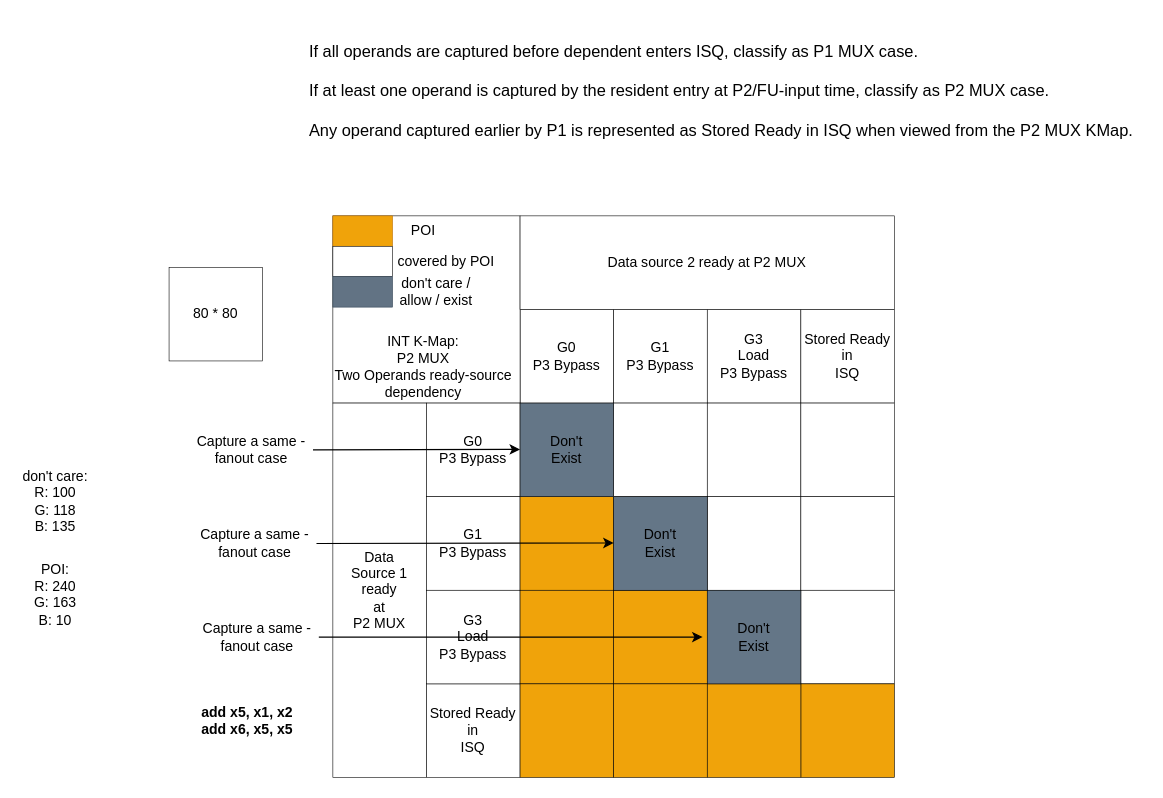
RIOSLaboratory/OpenRio keeps this draw.io diagram as verification/orbe_bt_env/perf_eval/timing/k-maps/INT_P2MUX_two_operands_dependency_KMap_v2.drawio. Above is the earlier version. Source tidied: cells renumbered, new cells numbered last; positions are measured from the earlier drawing's top-left corner, leaving out a move shared by most shapes. Both pictures are drawn from the tidied source at 117%, with x=0, y=0 at pixel (20, 20).
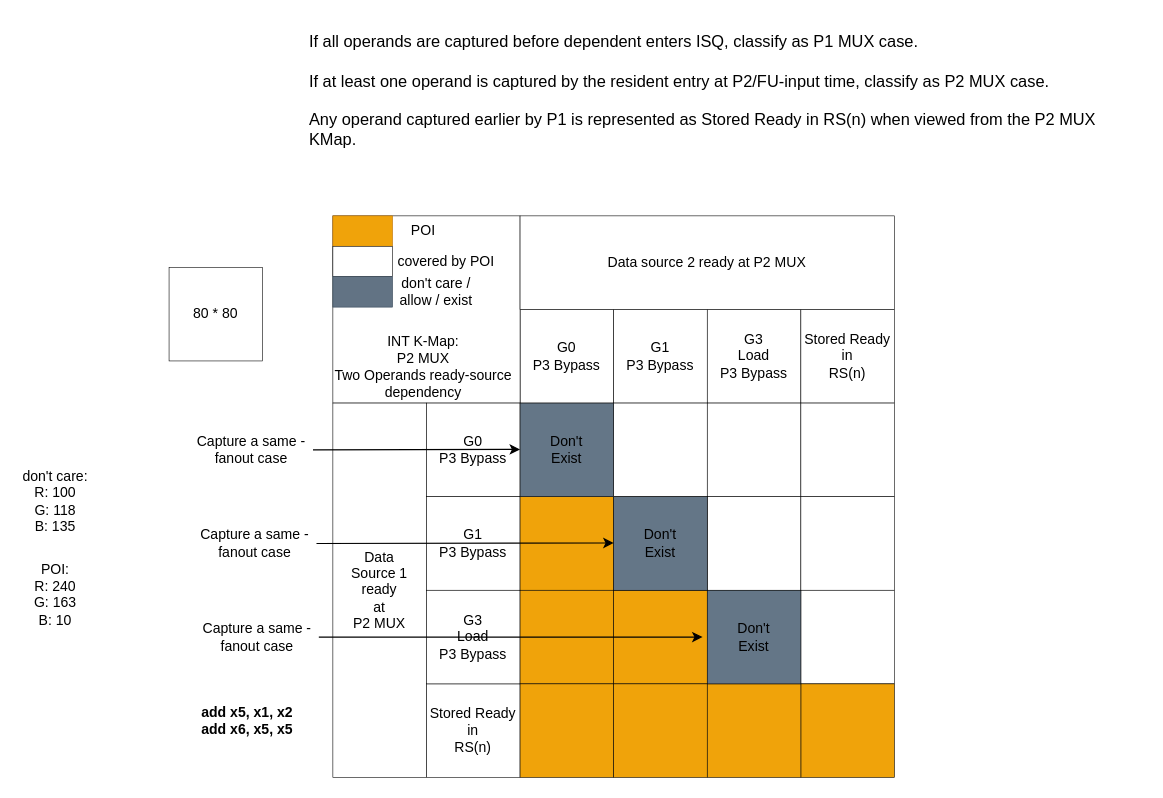
Above is the later version.

Commit message (it also covers changes not shown here):
Rename the stored-ready source shape to a cycle position

The edit, as a diff of the source:
```diff
@@
-    <mxCell id="5" value="Stored Ready&lt;br&gt;in&lt;br&gt;ISQ" style="whiteSpace=wrap;html=1;strokeWidth=0.5;" parent="1" vertex="1">
+    <mxCell id="5" value="Stored Ready&lt;br&gt;in&lt;br&gt;RS(n)" style="whiteSpace=wrap;html=1;strokeWidth=0.5;" parent="1" vertex="1">
       <mxGeometry x="667" y="247" width="80" height="80" as="geometry" />
     </mxCell>
@@
-    <mxCell id="10" value="Stored Ready&lt;br&gt;in&lt;br&gt;ISQ" style="whiteSpace=wrap;html=1;strokeWidth=0.5;" parent="1" vertex="1">
+    <mxCell id="10" value="Stored Ready&lt;br&gt;in&lt;br&gt;RS(n)" style="whiteSpace=wrap;html=1;strokeWidth=0.5;" parent="1" vertex="1">
       <mxGeometry x="347" y="567" width="80" height="80" as="geometry" />
     </mxCell>
@@
-    <mxCell id="39" value="&lt;div style=&quot;&quot;&gt;&lt;font style=&quot;font-size: 14px;&quot;&gt;If all operands are captured before dependent enters ISQ,&amp;nbsp;&lt;span style=&quot;background-color: transparent; color: light-dark(rgb(0, 0, 0), rgb(255, 255, 255));&quot;&gt;classify as P1 MUX case.&lt;/span&gt;&lt;/font&gt;&lt;/div&gt;&lt;div&gt;&lt;font style=&quot;font-size: 14px;&quot;&gt;&lt;br&gt;&lt;/font&gt;&lt;/div&gt;&lt;div&gt;&lt;font style=&quot;font-size: 14px;&quot;&gt;If at least one operand is captured by the resident entry at P2/FU-input time,&amp;nbsp;&lt;span style=&quot;background-color: transparent; color: light-dark(rgb(0, 0, 0), rgb(255, 255, 255));&quot;&gt;classify as P2 MUX case.&lt;/span&gt;&lt;/font&gt;&lt;/div&gt;&lt;div&gt;&lt;font style=&quot;font-size: 14px;&quot;&gt;&lt;br&gt;&lt;/font&gt;&lt;/div&gt;&lt;div&gt;&lt;font style=&quot;font-size: 14px;&quot;&gt;Any operand captured earlier by P1 is represented as Stored Ready in ISQ&amp;nbsp;&lt;span style=&quot;background-color: transparent; color: light-dark(rgb(0, 0, 0), rgb(255, 255, 255));&quot;&gt;when viewed from the P2 MUX KMap.&lt;/span&gt;&lt;/font&gt;&lt;/div&gt;" style="text;html=1;whiteSpace=wrap;strokeColor=none;fillColor=none;align=left;verticalAlign=middle;rounded=0;" parent="1" vertex="1">
+    <mxCell id="39" value="&lt;div style=&quot;&quot;&gt;&lt;font style=&quot;font-size: 14px;&quot;&gt;If all operands are captured before dependent enters ISQ,&amp;nbsp;&lt;span style=&quot;background-color: transparent; color: light-dark(rgb(0, 0, 0), rgb(255, 255, 255));&quot;&gt;classify as P1 MUX case.&lt;/span&gt;&lt;/font&gt;&lt;/div&gt;&lt;div&gt;&lt;font style=&quot;font-size: 14px;&quot;&gt;&lt;br&gt;&lt;/font&gt;&lt;/div&gt;&lt;div&gt;&lt;font style=&quot;font-size: 14px;&quot;&gt;If at least one operand is captured by the resident entry at P2/FU-input time,&amp;nbsp;&lt;span style=&quot;background-color: transparent; color: light-dark(rgb(0, 0, 0), rgb(255, 255, 255));&quot;&gt;classify as P2 MUX case.&lt;/span&gt;&lt;/font&gt;&lt;/div&gt;&lt;div&gt;&lt;font style=&quot;font-size: 14px;&quot;&gt;&lt;br&gt;&lt;/font&gt;&lt;/div&gt;&lt;div&gt;&lt;font style=&quot;font-size: 14px;&quot;&gt;Any operand captured earlier by P1 is represented as Stored Ready in RS(n)&amp;nbsp;&lt;span style=&quot;background-color: transparent; color: light-dark(rgb(0, 0, 0), rgb(255, 255, 255));&quot;&gt;when viewed from the P2 MUX KMap.&lt;/span&gt;&lt;/font&gt;&lt;/div&gt;" style="text;html=1;whiteSpace=wrap;strokeColor=none;fillColor=none;align=left;verticalAlign=middle;rounded=0;" parent="1" vertex="1">
       <mxGeometry x="245" width="715" height="120" as="geometry" />
     </mxCell>
```
